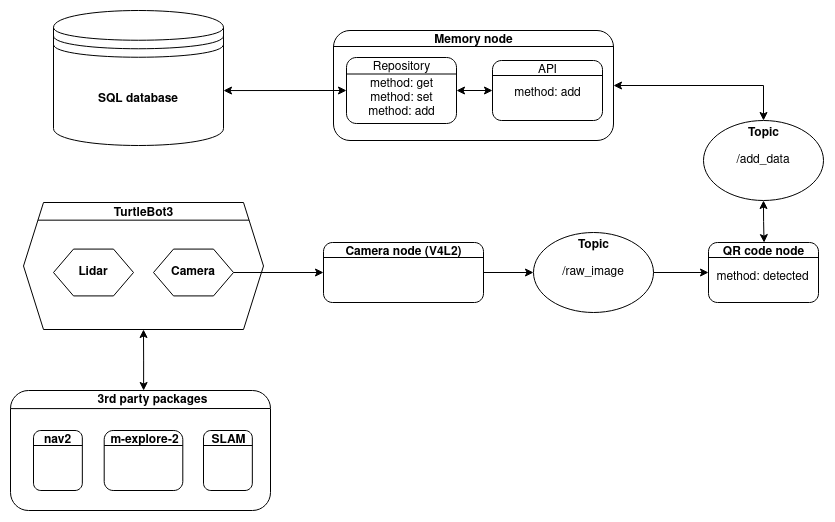
This is documentation/images/ros2.drawio.png from Le36/ROS2Mapper, a draw.io export, as it was before one commit. Source tidied: cells renumbered, new cells last; positions are measured from the earlier drawing's top-left corner, leaving out a move shared by most shapes.
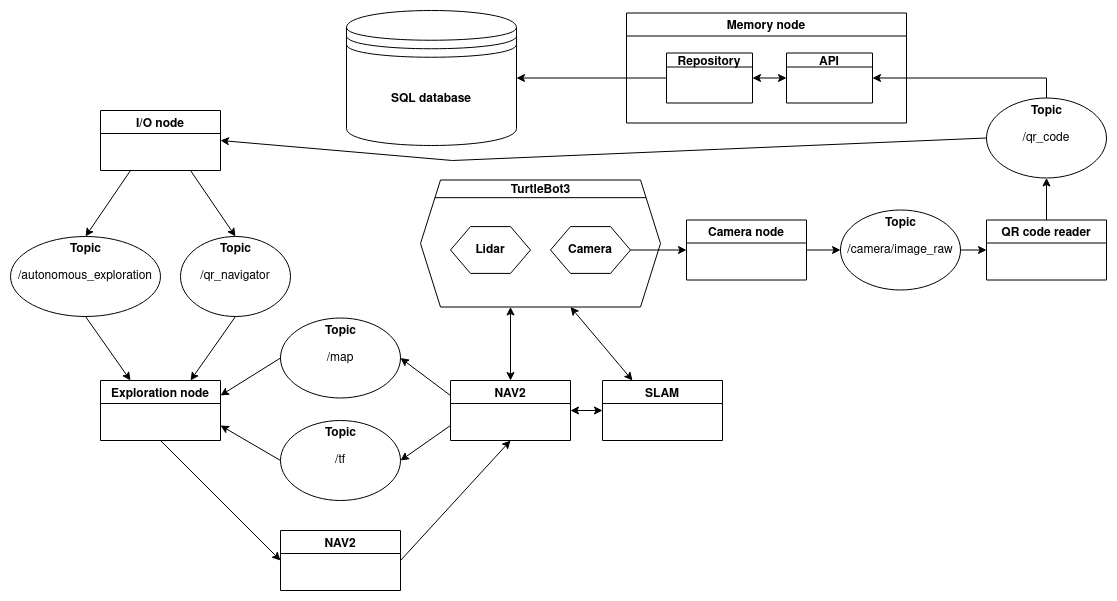
The same file after the commit.

Commit message:
Update dependency chart

The edit, as a diff of the source:
```diff
@@ -2,116 +2,35 @@
   <root>
     <mxCell id="0" />
     <mxCell id="1" parent="0" />
-    <mxCell id="2" style="group;" parent="1" vertex="1">
-      <mxGeometry x="323" y="20" width="280" height="110" as="geometry" />
-    </mxCell>
-    <mxCell id="3" style="rounded=1;whiteSpace=wrap;html=1;" parent="2" vertex="1">
-      <mxGeometry width="280" height="110" as="geometry" />
-    </mxCell>
-    <mxCell id="4" value="&lt;b&gt;Memory node&lt;/b&gt;" style="text;html=1;align=center;verticalAlign=middle;strokeColor=none;fillColor=none;" parent="2" vertex="1">
-      <mxGeometry x="95" width="90" height="20" as="geometry" />
-    </mxCell>
-    <mxCell id="5" style="line;strokeWidth=1;fillColor=none;align=left;verticalAlign=middle;spacingTop=-1;spacingLeft=3;spacingRight=3;labelPosition=right;" parent="2" vertex="1">
-      <mxGeometry y="12" width="280" height="8" as="geometry" />
-    </mxCell>
     <mxCell id="6" value="&lt;b&gt;SQL database&lt;/b&gt;" style="shape=datastore;whiteSpace=wrap;html=1;" parent="1" vertex="1">
-      <mxGeometry x="43" width="170" height="135" as="geometry" />
+      <mxGeometry x="-833" y="-40" width="170" height="135" as="geometry" />
     </mxCell>
-    <mxCell id="7" style="endArrow=classic;startArrow=classic;html=1;rounded=0;exitX=1;exitY=0.593;exitDx=0;exitDy=0;exitPerimeter=0;entryX=0;entryY=0.5;entryDx=0;entryDy=0;" parent="1" edge="1" source="6" target="21">
-      <mxGeometry relative="1" as="geometry" />
-    </mxCell>
-    <mxCell id="8" style="endArrow=classic;startArrow=classic;html=1;rounded=0;entryX=0;entryY=0.5;entryDx=0;entryDy=0;exitX=1;exitY=0.5;exitDx=0;exitDy=0;" parent="1" edge="1" source="21" target="16">
-      <mxGeometry relative="1" as="geometry" />
-    </mxCell>
-    <mxCell id="9" style="endArrow=classic;startArrow=classic;html=1;rounded=0;entryX=0.5;entryY=0;entryDx=0;entryDy=0;exitX=1;exitY=0.5;exitDx=0;exitDy=0;edgeStyle=orthogonalEdgeStyle;" parent="1" edge="1" source="3" target="34">
-      <mxGeometry relative="1" as="geometry" />
-    </mxCell>
-    <mxCell id="10" style="group;" parent="1" vertex="1">
-      <mxGeometry x="698" y="232" width="110" height="60" as="geometry" />
-    </mxCell>
-    <mxCell id="11" style="rounded=1;whiteSpace=wrap;html=1;" parent="10" vertex="1">
-      <mxGeometry width="110" height="60" as="geometry" />
-    </mxCell>
-    <mxCell id="12" value="&lt;b&gt;QR code node&lt;/b&gt;" style="text;html=1;align=center;verticalAlign=middle;points=[];strokeColor=none;fillColor=none;" parent="10" vertex="1">
-      <mxGeometry x="5" width="100" height="20" as="geometry" />
-    </mxCell>
-    <mxCell id="13" style="endArrow=none;html=1;rounded=0;entryX=1;entryY=0.25;entryDx=0;entryDy=0;exitX=0;exitY=0.25;exitDx=0;exitDy=0;" parent="10" edge="1" source="11" target="11">
-      <mxGeometry relative="1" as="geometry" />
-    </mxCell>
-    <mxCell id="14" value="method: detected" style="text;html=1;strokeColor=none;fillColor=none;align=center;verticalAlign=middle;whiteSpace=wrap;rounded=0;" parent="10" vertex="1">
-      <mxGeometry x="2.5" y="20" width="105" height="30" as="geometry" />
-    </mxCell>
-    <mxCell id="15" style="group;" parent="1" vertex="1">
-      <mxGeometry x="482" y="50" width="110" height="60" as="geometry" />
-    </mxCell>
-    <mxCell id="16" style="rounded=1;whiteSpace=wrap;html=1;" parent="15" vertex="1">
-      <mxGeometry width="110" height="60" as="geometry" />
-    </mxCell>
-    <mxCell id="17" value="API" style="text;html=1;align=center;verticalAlign=middle;points=[];strokeColor=none;fillColor=none;" parent="15" vertex="1">
-      <mxGeometry x="40" width="30" height="20" as="geometry" />
-    </mxCell>
-    <mxCell id="18" style="endArrow=none;html=1;rounded=0;entryX=1;entryY=0.25;entryDx=0;entryDy=0;exitX=0;exitY=0.25;exitDx=0;exitDy=0;" parent="15" edge="1" source="16" target="16">
-      <mxGeometry relative="1" as="geometry" />
-    </mxCell>
-    <mxCell id="19" value="&lt;div&gt;method: add&lt;/div&gt;" style="text;html=1;align=center;verticalAlign=middle;strokeColor=none;fillColor=none;" parent="15" vertex="1">
-      <mxGeometry x="15" y="23" width="80" height="20" as="geometry" />
-    </mxCell>
-    <mxCell id="20" style="group;" parent="1" vertex="1">
-      <mxGeometry x="336" y="47" width="110" height="66" as="geometry" />
-    </mxCell>
-    <mxCell id="21" style="rounded=1;whiteSpace=wrap;html=1;" parent="20" vertex="1">
-      <mxGeometry width="110" height="66" as="geometry" />
-    </mxCell>
-    <mxCell id="22" value="method: get&lt;div&gt;method: set&lt;/div&gt;&lt;div&gt;&lt;div&gt;method: add&lt;/div&gt;&lt;/div&gt;" style="text;html=1;align=center;verticalAlign=middle;strokeColor=none;fillColor=none;" parent="21" vertex="1">
-      <mxGeometry x="15" y="16" width="80" height="50" as="geometry" />
-    </mxCell>
-    <mxCell id="23" value="Repository" style="text;html=1;align=center;verticalAlign=middle;points=[];strokeColor=none;fillColor=none;" parent="20" vertex="1">
-      <mxGeometry x="20" width="70" height="20" as="geometry" />
-    </mxCell>
-    <mxCell id="24" style="endArrow=none;html=1;rounded=0;exitX=0;exitY=0.25;exitDx=0;exitDy=0;entryX=1;entryY=0.25;entryDx=0;entryDy=0;" parent="20" edge="1" source="21" target="21">
-      <mxGeometry relative="1" as="geometry" />
-    </mxCell>
-    <mxCell id="25" style="endArrow=classic;startArrow=classic;html=1;rounded=0;exitX=0.5;exitY=1;exitDx=0;exitDy=0;edgeStyle=orthogonalEdgeStyle;curved=1;entryX=0.506;entryY=0.005;entryDx=0;entryDy=0;entryPerimeter=0;" parent="1" edge="1" source="34" target="12">
-      <mxGeometry relative="1" as="geometry" />
-    </mxCell>
-    <mxCell id="26" style="group;" parent="1" vertex="1">
-      <mxGeometry x="313" y="232" width="160" height="60" as="geometry" />
-    </mxCell>
-    <mxCell id="27" style="rounded=1;whiteSpace=wrap;html=1;" parent="26" vertex="1">
-      <mxGeometry width="160" height="60" as="geometry" />
-    </mxCell>
-    <mxCell id="28" value="&lt;b&gt;Camera node (V4L2)&lt;br&gt;&lt;/b&gt;" style="text;html=1;align=center;verticalAlign=middle;strokeColor=none;fillColor=none;" parent="26" vertex="1">
-      <mxGeometry x="15" width="130" height="20" as="geometry" />
-    </mxCell>
-    <mxCell id="29" style="endArrow=none;html=1;rounded=0;entryX=1;entryY=0.25;entryDx=0;entryDy=0;exitX=0;exitY=0.25;exitDx=0;exitDy=0;" parent="26" edge="1" source="27" target="27">
-      <mxGeometry relative="1" as="geometry" />
-    </mxCell>
-    <mxCell id="30" style="group;" parent="1" vertex="1">
-      <mxGeometry x="523" y="212" width="120" height="90" as="geometry" />
+    <mxCell id="30" value="&lt;" style="group;" parent="1" vertex="1">
+      <mxGeometry x="-339" y="149.5" width="120" height="90" as="geometry" />
     </mxCell>
-    <mxCell id="31" value="&lt;div&gt;/raw_image&lt;/div&gt;" style="ellipse;whiteSpace=wrap;html=1;" parent="30" vertex="1">
+    <mxCell id="31" value="&lt;div&gt;/camera/image_raw&lt;/div&gt;" style="ellipse;whiteSpace=wrap;html=1;" parent="30" vertex="1">
       <mxGeometry y="10" width="120" height="80" as="geometry" />
     </mxCell>
     <mxCell id="32" value="&lt;font style=&quot;font-size: 12px;&quot;&gt;Topic&lt;/font&gt;" style="text;strokeColor=none;fillColor=none;html=1;fontSize=24;fontStyle=1;verticalAlign=middle;align=center;" parent="30" vertex="1">
       <mxGeometry x="10" width="100" height="40" as="geometry" />
     </mxCell>
     <mxCell id="33" style="group;" parent="1" vertex="1">
-      <mxGeometry x="693" y="100" width="120" height="90" as="geometry" />
+      <mxGeometry x="-193" y="37.5" width="120" height="90" as="geometry" />
     </mxCell>
-    <mxCell id="34" value="/add_data" style="ellipse;whiteSpace=wrap;html=1;" parent="33" vertex="1">
+    <mxCell id="34" value="&lt;div&gt;/qr_code&lt;/div&gt;" style="ellipse;whiteSpace=wrap;html=1;" parent="33" vertex="1">
       <mxGeometry y="10" width="120" height="80" as="geometry" />
     </mxCell>
     <mxCell id="35" value="&lt;font style=&quot;font-size: 12px;&quot;&gt;Topic&lt;/font&gt;" style="text;strokeColor=none;fillColor=none;html=1;fontSize=24;fontStyle=1;verticalAlign=middle;align=center;" parent="33" vertex="1">
       <mxGeometry x="10" width="100" height="40" as="geometry" />
     </mxCell>
-    <mxCell id="36" style="endArrow=classic;html=1;rounded=0;fontSize=12;exitX=1;exitY=0.5;exitDx=0;exitDy=0;entryX=0;entryY=0.5;entryDx=0;entryDy=0;" parent="1" edge="1" source="31" target="11">
+    <mxCell id="36" style="endArrow=classic;html=1;rounded=0;fontSize=12;exitX=1;exitY=0.5;exitDx=0;exitDy=0;entryX=0;entryY=0.5;entryDx=0;entryDy=0;" parent="1" edge="1" source="31" target="68">
       <mxGeometry relative="1" as="geometry" />
     </mxCell>
-    <mxCell id="37" style="endArrow=classic;html=1;rounded=0;fontSize=12;exitX=1;exitY=0.5;exitDx=0;exitDy=0;entryX=0;entryY=0.5;entryDx=0;entryDy=0;" parent="1" edge="1" source="27" target="31">
+    <mxCell id="37" style="endArrow=classic;html=1;rounded=0;fontSize=12;exitX=1;exitY=0.5;exitDx=0;exitDy=0;entryX=0;entryY=0.5;entryDx=0;entryDy=0;" parent="1" edge="1" source="69" target="31">
       <mxGeometry relative="1" as="geometry" />
     </mxCell>
     <mxCell id="38" style="group;" parent="1" vertex="1">
-      <mxGeometry x="13" y="190" width="240" height="130" as="geometry" />
+      <mxGeometry x="-759" y="127.5" width="240" height="130" as="geometry" />
     </mxCell>
     <mxCell id="39" style="group;" parent="38" vertex="1">
       <mxGeometry y="-1" width="240" height="130" as="geometry" />
@@ -134,59 +53,136 @@
     <mxCell id="45" value="&lt;font style=&quot;font-size: 12px;&quot;&gt;TurtleBot3&lt;/font&gt;" style="text;strokeColor=none;fillColor=none;html=1;fontSize=24;fontStyle=1;verticalAlign=middle;align=center;" parent="39" vertex="1">
       <mxGeometry x="85.7" width="68.6" height="21.2" as="geometry" />
     </mxCell>
-    <mxCell id="46" style="endArrow=classic;startArrow=classic;html=1;rounded=0;fontSize=12;exitX=0.512;exitY=0;exitDx=0;exitDy=0;exitPerimeter=0;edgeStyle=orthogonalEdgeStyle;entryX=0.5;entryY=1;entryDx=0;entryDy=0;" parent="1" edge="1" source="48" target="41">
-      <mxGeometry relative="1" as="geometry" />
-    </mxCell>
-    <mxCell id="47" style="endArrow=classic;html=1;rounded=0;fontSize=12;exitX=1;exitY=0.5;exitDx=0;exitDy=0;entryX=0;entryY=0.5;entryDx=0;entryDy=0;" parent="1" edge="1" source="43" target="27">
+    <mxCell id="47" style="endArrow=classic;html=1;rounded=0;fontSize=12;exitX=1;exitY=0.5;exitDx=0;exitDy=0;entryX=0;entryY=0.5;entryDx=0;entryDy=0;" parent="1" edge="1" source="43" target="69">
       <mxGeometry relative="1" as="geometry" />
     </mxCell>
-    <mxCell id="48" style="rounded=1;whiteSpace=wrap;html=1;fontSize=12;" parent="1" vertex="1">
-      <mxGeometry y="380" width="260" height="120" as="geometry" />
-    </mxCell>
-    <mxCell id="49" style="endArrow=none;html=1;rounded=0;entryX=0.998;entryY=0.15;entryDx=0;entryDy=0;exitX=0;exitY=0.151;exitDx=0;exitDy=0;exitPerimeter=0;entryPerimeter=0;" parent="1" edge="1" source="48" target="48">
-      <mxGeometry relative="1" as="geometry" />
-    </mxCell>
-    <mxCell id="50" style="group;" parent="1" vertex="1">
-      <mxGeometry x="23" y="420" width="48.8" height="60" as="geometry" />
-    </mxCell>
-    <mxCell id="51" style="rounded=1;whiteSpace=wrap;html=1;" parent="50" vertex="1">
-      <mxGeometry width="48.8" height="60" as="geometry" />
-    </mxCell>
-    <mxCell id="52" value="&lt;b&gt;nav2&lt;/b&gt;" style="text;html=1;align=center;verticalAlign=middle;strokeColor=none;fillColor=none;" parent="50" vertex="1">
-      <mxGeometry x="4.4" width="40" height="20" as="geometry" />
-    </mxCell>
-    <mxCell id="53" style="endArrow=none;html=1;rounded=0;entryX=1;entryY=0.25;entryDx=0;entryDy=0;exitX=0;exitY=0.25;exitDx=0;exitDy=0;" parent="50" edge="1" source="51" target="51">
-      <mxGeometry relative="1" as="geometry" />
-    </mxCell>
-    <mxCell id="54" style="group;" parent="1" vertex="1">
-      <mxGeometry x="93.7" y="420" width="78.6" height="60" as="geometry" />
-    </mxCell>
-    <mxCell id="55" style="rounded=1;whiteSpace=wrap;html=1;" parent="54" vertex="1">
-      <mxGeometry width="78.6" height="60" as="geometry" />
-    </mxCell>
-    <mxCell id="56" style="group;" parent="54" vertex="1">
-      <mxGeometry width="78.6" height="60" as="geometry" />
-    </mxCell>
-    <mxCell id="57" value="&lt;b&gt;m-explore-2&lt;/b&gt;" style="text;html=1;align=center;verticalAlign=middle;strokeColor=none;fillColor=none;" parent="56" vertex="1">
-      <mxGeometry width="80" height="20" as="geometry" />
-    </mxCell>
-    <mxCell id="58" style="endArrow=none;html=1;rounded=0;entryX=1;entryY=0.25;entryDx=0;entryDy=0;exitX=0;exitY=0.25;exitDx=0;exitDy=0;" parent="54" edge="1" source="55" target="55">
-      <mxGeometry relative="1" as="geometry" />
-    </mxCell>
-    <mxCell id="59" style="group;" parent="1" vertex="1">
-      <mxGeometry x="193" y="420" width="48.8" height="60" as="geometry" />
-    </mxCell>
-    <mxCell id="60" style="rounded=1;whiteSpace=wrap;html=1;" parent="59" vertex="1">
-      <mxGeometry width="48.8" height="60" as="geometry" />
-    </mxCell>
+    <mxCell id="64" style="endArrow=classic;html=1;rounded=0;entryX=0.5;entryY=1;entryDx=0;entryDy=0;exitX=0.5;exitY=0;exitDx=0;exitDy=0;" parent="1" edge="1" source="68" target="34">
+      <mxGeometry relative="1" as="geometry" />
+    </mxCell>
+    <mxCell id="65" style="endArrow=classic;html=1;rounded=0;entryX=1;entryY=0.5;entryDx=0;entryDy=0;exitX=0.5;exitY=0.25;exitDx=0;exitDy=0;exitPerimeter=0;" parent="1" edge="1" source="35" target="17">
+      <mxGeometry relative="1" as="geometry">
+        <Array as="points">
+          <mxPoint x="-133" y="27.5" />
+        </Array>
+      </mxGeometry>
+    </mxCell>
+    <mxCell id="66" style="endArrow=classic;html=1;rounded=0;exitX=0;exitY=0.5;exitDx=0;exitDy=0;entryX=1;entryY=0.5;entryDx=0;entryDy=0;" parent="1" edge="1" source="23" target="6">
+      <mxGeometry relative="1" as="geometry" />
+    </mxCell>
+    <mxCell id="4" value="Memory node" style="swimlane;" parent="1" vertex="1">
+      <mxGeometry x="-553" y="-37.5" width="280" height="110" as="geometry" />
+    </mxCell>
+    <mxCell id="23" value="Repository" style="swimlane;startSize=14;" parent="4" vertex="1">
+      <mxGeometry x="40" y="40" width="86" height="50" as="geometry" />
+    </mxCell>
+    <mxCell id="17" value="API" style="swimlane;startSize=14;" parent="4" vertex="1">
+      <mxGeometry x="160" y="40" width="86" height="50" as="geometry" />
+    </mxCell>
+    <mxCell id="67" style="endArrow=classic;startArrow=classic;html=1;rounded=0;exitX=1;exitY=0.5;exitDx=0;exitDy=0;entryX=0;entryY=0.5;entryDx=0;entryDy=0;" parent="4" edge="1" source="23" target="17">
+      <mxGeometry relative="1" as="geometry" />
+    </mxCell>
+    <mxCell id="68" value="QR code reader" style="swimlane;startSize=23;" parent="1" vertex="1">
+      <mxGeometry x="-193" y="169.5" width="120" height="60" as="geometry" />
+    </mxCell>
+    <mxCell id="69" value="Camera node" style="swimlane;startSize=23;" parent="1" vertex="1">
+      <mxGeometry x="-493" y="169.5" width="120" height="60" as="geometry" />
+    </mxCell>
+    <mxCell id="70" style="rounded=0;jettySize=auto;html=1;exitX=0.5;exitY=1;exitDx=0;exitDy=0;entryX=0;entryY=0.5;entryDx=0;entryDy=0;startArrow=none;startFill=0;" parent="1" edge="1" source="71" target="99">
+      <mxGeometry relative="1" as="geometry" />
+    </mxCell>
+    <mxCell id="71" value="Exploration node" style="swimlane;startSize=23;" parent="1" vertex="1">
+      <mxGeometry x="-1079" y="330" width="120" height="60" as="geometry" />
+    </mxCell>
+    <mxCell id="72" value="NAV2" style="swimlane;startSize=23;" parent="1" vertex="1">
+      <mxGeometry x="-729" y="330" width="120" height="60" as="geometry" />
+    </mxCell>
-    <mxCell id="61" value="&lt;b&gt;SLAM&lt;/b&gt;" style="text;html=1;align=center;verticalAlign=middle;points=[];strokeColor=none;fillColor=none;" parent="59" vertex="1">
-      <mxGeometry width="50" height="20" as="geometry" />
+    <mxCell id="61" value="SLAM" style="swimlane;startSize=23;" parent="1" vertex="1">
+      <mxGeometry x="-577" y="330" width="120" height="60" as="geometry" />
     </mxCell>
-    <mxCell id="62" style="endArrow=none;html=1;rounded=0;entryX=1;entryY=0.25;entryDx=0;entryDy=0;exitX=0;exitY=0.25;exitDx=0;exitDy=0;" parent="59" edge="1" source="60" target="60">
-      <mxGeometry relative="1" as="geometry" />
-    </mxCell>
-    <mxCell id="63" value="&lt;b&gt;3rd party packages&lt;/b&gt;" style="text;html=1;align=center;verticalAlign=middle;strokeColor=none;fillColor=none;" parent="1" vertex="1">
-      <mxGeometry x="77.3" y="380" width="130" height="20" as="geometry" />
-    </mxCell>
+    <mxCell id="73" style="endArrow=classic;startArrow=classic;html=1;rounded=0;exitX=0.25;exitY=0;exitDx=0;exitDy=0;entryX=0.625;entryY=1;entryDx=0;entryDy=0;" parent="1" edge="1" source="61" target="41">
+      <mxGeometry relative="1" as="geometry" />
+    </mxCell>
+    <mxCell id="74" style="endArrow=classic;startArrow=classic;html=1;rounded=0;exitX=0.5;exitY=0;exitDx=0;exitDy=0;entryX=0.375;entryY=1;entryDx=0;entryDy=0;" parent="1" edge="1" source="72" target="41">
+      <mxGeometry relative="1" as="geometry" />
+    </mxCell>
+    <mxCell id="75" value="I/O node" style="swimlane;startSize=23;" parent="1" vertex="1">
+      <mxGeometry x="-1079" y="60" width="120" height="60" as="geometry" />
+    </mxCell>
+    <mxCell id="76" style="endArrow=classic;html=1;rounded=0;exitX=0;exitY=0.5;exitDx=0;exitDy=0;entryX=1;entryY=0.5;entryDx=0;entryDy=0;" parent="1" edge="1" source="34" target="75">
+      <mxGeometry relative="1" as="geometry">
+        <Array as="points">
+          <mxPoint x="-727" y="110" />
+        </Array>
+      </mxGeometry>
+    </mxCell>
+    <mxCell id="77" value="&lt;" style="group;" parent="1" vertex="1">
+      <mxGeometry x="-1169" y="176" width="150" height="90" as="geometry" />
+    </mxCell>
+    <mxCell id="78" value="/autonomous_exploration" style="ellipse;whiteSpace=wrap;html=1;" parent="77" vertex="1">
+      <mxGeometry y="10" width="150" height="80" as="geometry" />
+    </mxCell>
+    <mxCell id="79" value="&lt;font style=&quot;font-size: 12px;&quot;&gt;Topic&lt;/font&gt;" style="text;strokeColor=none;fillColor=none;html=1;fontSize=24;fontStyle=1;verticalAlign=middle;align=center;" parent="77" vertex="1">
+      <mxGeometry x="51.2" y="10" width="47.5" height="20" as="geometry" />
+    </mxCell>
+    <mxCell id="80" style="endArrow=none;startArrow=classic;html=1;rounded=0;entryX=0.5;entryY=1;entryDx=0;entryDy=0;exitX=0.25;exitY=0;exitDx=0;exitDy=0;startFill=1;endFill=0;" parent="1" edge="1" source="71" target="78">
+      <mxGeometry relative="1" as="geometry" />
+    </mxCell>
+    <mxCell id="81" style="endArrow=none;startArrow=classic;html=1;rounded=0;exitX=0.5;exitY=0;exitDx=0;exitDy=0;entryX=0.25;entryY=1;entryDx=0;entryDy=0;endFill=0;" parent="1" edge="1" source="78" target="75">
+      <mxGeometry relative="1" as="geometry" />
+    </mxCell>
+    <mxCell id="82" value="&lt;" style="group;" parent="1" vertex="1">
+      <mxGeometry x="-999" y="176" width="110" height="90" as="geometry" />
+    </mxCell>
+    <mxCell id="83" value="/qr_navigator" style="ellipse;whiteSpace=wrap;html=1;" parent="82" vertex="1">
+      <mxGeometry y="10" width="110" height="80" as="geometry" />
+    </mxCell>
+    <mxCell id="84" value="&lt;font style=&quot;font-size: 12px;&quot;&gt;Topic&lt;/font&gt;" style="text;strokeColor=none;fillColor=none;html=1;fontSize=24;fontStyle=1;verticalAlign=middle;align=center;" parent="82" vertex="1">
+      <mxGeometry x="37.6" y="10" width="34.8" height="20" as="geometry" />
+    </mxCell>
+    <mxCell id="85" style="endArrow=classic;startArrow=none;html=1;rounded=0;exitX=0.5;exitY=1;exitDx=0;exitDy=0;entryX=0.75;entryY=0;entryDx=0;entryDy=0;endFill=1;startFill=0;" parent="1" edge="1" source="83" target="71">
+      <mxGeometry relative="1" as="geometry" />
+    </mxCell>
+    <mxCell id="86" style="endArrow=none;startArrow=classic;html=1;rounded=0;entryX=0.75;entryY=1;entryDx=0;entryDy=0;exitX=0.5;exitY=0;exitDx=0;exitDy=0;startFill=1;endFill=0;" parent="1" edge="1" source="83" target="75">
+      <mxGeometry relative="1" as="geometry" />
+    </mxCell>
+    <mxCell id="87" value="&lt;" style="group;" parent="1" vertex="1">
+      <mxGeometry x="-899" y="257.5" width="120" height="90" as="geometry" />
+    </mxCell>
+    <mxCell id="88" value="/map" style="ellipse;whiteSpace=wrap;html=1;" parent="87" vertex="1">
+      <mxGeometry y="10" width="120" height="80" as="geometry" />
+    </mxCell>
+    <mxCell id="89" value="&lt;font style=&quot;font-size: 12px;&quot;&gt;Topic&lt;/font&gt;" style="text;strokeColor=none;fillColor=none;html=1;fontSize=24;fontStyle=1;verticalAlign=middle;align=center;" parent="87" vertex="1">
+      <mxGeometry x="10" width="100" height="40" as="geometry" />
+    </mxCell>
+    <mxCell id="90" value="&lt;" style="group;" parent="1" vertex="1">
+      <mxGeometry x="-899" y="360" width="120" height="90" as="geometry" />
+    </mxCell>
+    <mxCell id="91" value="/tf" style="ellipse;whiteSpace=wrap;html=1;" parent="90" vertex="1">
+      <mxGeometry y="10" width="120" height="80" as="geometry" />
+    </mxCell>
+    <mxCell id="92" value="&lt;font style=&quot;font-size: 12px;&quot;&gt;Topic&lt;/font&gt;" style="text;strokeColor=none;fillColor=none;html=1;fontSize=24;fontStyle=1;verticalAlign=middle;align=center;" parent="90" vertex="1">
+      <mxGeometry x="10" width="100" height="40" as="geometry" />
+    </mxCell>
+    <mxCell id="93" style="endArrow=classic;html=1;rounded=0;entryX=1;entryY=0.25;entryDx=0;entryDy=0;exitX=0;exitY=0.5;exitDx=0;exitDy=0;" parent="1" edge="1" source="88" target="71">
+      <mxGeometry relative="1" as="geometry" />
+    </mxCell>
+    <mxCell id="94" style="endArrow=classic;html=1;rounded=0;entryX=1;entryY=0.75;entryDx=0;entryDy=0;exitX=0;exitY=0.5;exitDx=0;exitDy=0;" parent="1" edge="1" source="91" target="71">
+      <mxGeometry relative="1" as="geometry" />
+    </mxCell>
+    <mxCell id="95" style="endArrow=classic;html=1;rounded=0;entryX=1;entryY=0.5;entryDx=0;entryDy=0;exitX=0;exitY=0.25;exitDx=0;exitDy=0;" parent="1" edge="1" source="72" target="88">
+      <mxGeometry relative="1" as="geometry" />
+    </mxCell>
+    <mxCell id="96" style="endArrow=classic;html=1;rounded=0;entryX=1;entryY=0.5;entryDx=0;entryDy=0;exitX=0;exitY=0.75;exitDx=0;exitDy=0;" parent="1" edge="1" source="72" target="91">
+      <mxGeometry relative="1" as="geometry" />
+    </mxCell>
+    <mxCell id="97" style="endArrow=classic;startArrow=classic;html=1;rounded=0;exitX=1;exitY=0.5;exitDx=0;exitDy=0;entryX=0;entryY=0.5;entryDx=0;entryDy=0;" parent="1" edge="1" source="72" target="61">
+      <mxGeometry relative="1" as="geometry" />
+    </mxCell>
+    <mxCell id="98" style="rounded=0;jettySize=auto;html=1;exitX=1;exitY=0.5;exitDx=0;exitDy=0;entryX=0.5;entryY=1;entryDx=0;entryDy=0;startArrow=none;startFill=0;" parent="1" edge="1" source="99" target="72">
+      <mxGeometry relative="1" as="geometry" />
+    </mxCell>
+    <mxCell id="99" value="NAV2" style="swimlane;startSize=23;" parent="1" vertex="1">
+      <mxGeometry x="-899" y="480" width="120" height="60" as="geometry" />
+    </mxCell>
   </root>
 </mxGraphModel>
```
